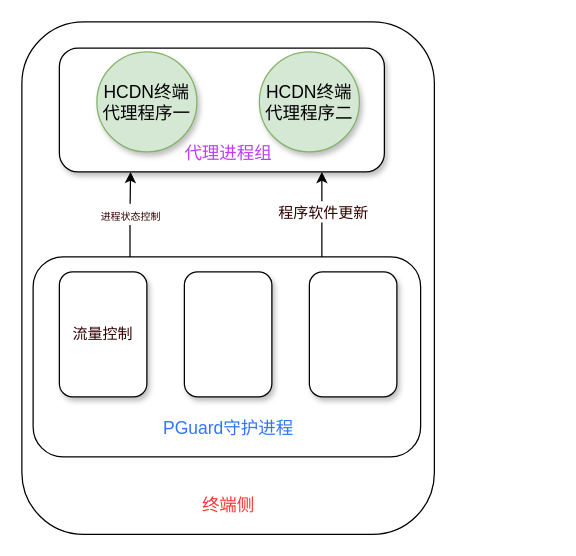
Before: 未命名绘图.drawio in zcchange/Sample, a draw.io diagram. Source tidied: cells renumbered, new cells numbered last; positions are measured from the earlier drawing's top-left corner, leaving out a move shared by most shapes. Both pictures are drawn from the tidied source at 125%, with x=0, y=0 at pixel (21, 21).
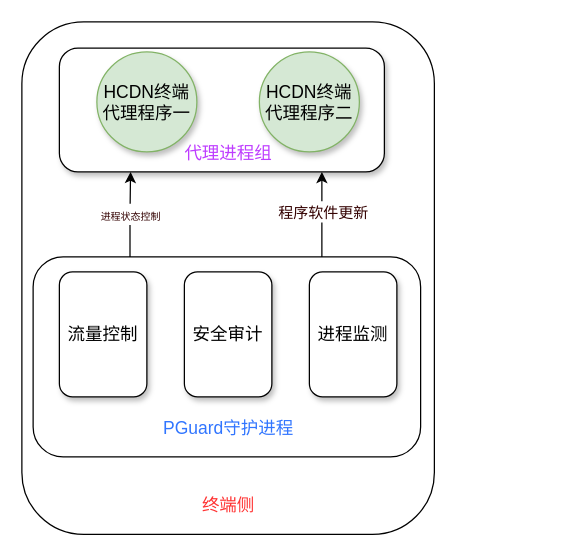
The same page after the edit.

Commit message (it also covers changes not shown here):
更新未命名绘图.drawio

What changed in the source:
```diff
@@
 <mxGraphModel>
   <root>
     <mxCell id="0" />
     <mxCell id="1" parent="0" />
     <mxCell id="2" style="rounded=1;whiteSpace=wrap;html=1;" parent="1" vertex="1">
       <mxGeometry width="330" height="410" as="geometry" />
     </mxCell>
     <mxCell id="3" value="&lt;font style=&quot;font-size: 8px;&quot; color=&quot;#330000&quot;&gt;进程状态控制&lt;/font&gt;" style="edgeStyle=orthogonalEdgeStyle;rounded=0;jettySize=auto;html=1;exitX=0.25;exitY=0;exitDx=0;exitDy=0;entryX=0.219;entryY=1;entryDx=0;entryDy=0;entryPerimeter=0;fontSize=14;fontColor=#BE3DFF;" parent="1" edge="1" source="4" target="8">
       <mxGeometry relative="1" as="geometry" />
     </mxCell>
     <mxCell id="4" style="rounded=1;whiteSpace=wrap;html=1;" parent="1" vertex="1">
       <mxGeometry x="9" y="188" width="310" height="160" as="geometry" />
     </mxCell>
     <mxCell id="5" value="&lt;font color=&quot;#ff3333&quot; style=&quot;font-size: 14px;&quot;&gt;终端侧&lt;/font&gt;" style="rounded=1;whiteSpace=wrap;html=1;rotation=0;shadow=1;opacity=0;align=center;direction=south;" parent="1" vertex="1">
       <mxGeometry x="85.6" y="372" width="158.8" height="30" as="geometry" />
     </mxCell>
     <mxCell id="6" value="&lt;font color=&quot;#3075ff&quot;&gt;&lt;span style=&quot;font-size: 14px;&quot;&gt;PGuard守护进程&lt;/span&gt;&lt;/font&gt;" style="rounded=1;whiteSpace=wrap;html=1;rotation=0;shadow=1;opacity=0;align=center;direction=south;" parent="1" vertex="1">
       <mxGeometry x="85.6" y="310" width="158.8" height="30" as="geometry" />
     </mxCell>
     <mxCell id="7" style="ellipse;whiteSpace=wrap;html=1;shadow=1;fontSize=14;fontColor=#3075FF;opacity=0;" parent="1" vertex="1">
       <mxGeometry x="340" y="210" width="80" height="80" as="geometry" />
     </mxCell>
     <mxCell id="8" style="rounded=1;whiteSpace=wrap;html=1;shadow=1;fontSize=14;fontColor=#3075FF;" parent="1" vertex="1">
       <mxGeometry x="30" y="21" width="260" height="99" as="geometry" />
     </mxCell>
     <mxCell id="9" value="HCDN终端代理程序一" style="ellipse;whiteSpace=wrap;html=1;shadow=1;fontSize=14;fillColor=#d5e8d4;strokeColor=#82b366;" parent="1" vertex="1">
       <mxGeometry x="60" y="24" width="80" height="80" as="geometry" />
     </mxCell>
     <mxCell id="10" value="HCDN终端代理程序二" style="ellipse;whiteSpace=wrap;html=1;shadow=1;fontSize=14;fillColor=#d5e8d4;strokeColor=#82b366;" parent="1" vertex="1">
       <mxGeometry x="190" y="24" width="80" height="80" as="geometry" />
     </mxCell>
     <mxCell id="11" value="&lt;span style=&quot;font-size: 14px;&quot;&gt;&lt;font color=&quot;#be3dff&quot;&gt;代理进程组&lt;/font&gt;&lt;/span&gt;" style="rounded=1;whiteSpace=wrap;html=1;rotation=0;shadow=1;opacity=0;align=center;direction=south;" parent="1" vertex="1">
       <mxGeometry x="85.6" y="90" width="158.8" height="30" as="geometry" />
     </mxCell>
     <mxCell id="12" style="edgeStyle=orthogonalEdgeStyle;rounded=0;orthogonalLoop=1;jettySize=auto;html=1;fontSize=14;fontColor=#BE3DFF;" parent="1" edge="1">
       <mxGeometry relative="1" as="geometry">
         <mxPoint x="240" y="188" as="sourcePoint" />
         <mxPoint x="240" y="120" as="targetPoint" />
         <Array as="points">
           <mxPoint x="240" y="188" />
           <mxPoint x="240" y="120" />
         </Array>
       </mxGeometry>
     </mxCell>
     <mxCell id="13" value="&lt;font style=&quot;font-size: 12px;&quot;&gt;程序软件更新&lt;/font&gt;" style="edgeLabel;html=1;align=center;verticalAlign=middle;fontSize=14;fontColor=#330000;" parent="12" vertex="1">
       <mxGeometry x="0.09" relative="1" as="geometry" />
     </mxCell>
-    <mxCell id="14" value="流量控制" style="rounded=1;whiteSpace=wrap;html=1;shadow=1;fontSize=12;fontColor=#330000;" parent="1" vertex="1">
+    <mxCell id="14" value="&lt;font color=&quot;#000000&quot; style=&quot;font-size: 14px;&quot;&gt;流量控制&lt;/font&gt;" style="rounded=1;whiteSpace=wrap;html=1;shadow=1;fontSize=12;fontColor=#330000;" parent="1" vertex="1">
       <mxGeometry x="30" y="200" width="70" height="100" as="geometry" />
     </mxCell>
-    <mxCell id="15" style="rounded=1;whiteSpace=wrap;html=1;shadow=1;fontSize=12;fontColor=#330000;" parent="1" vertex="1">
+    <mxCell id="15" value="&lt;font color=&quot;#000000&quot; style=&quot;font-size: 14px;&quot;&gt;安全审计&lt;/font&gt;" style="rounded=1;whiteSpace=wrap;html=1;shadow=1;fontSize=12;fontColor=#330000;" parent="1" vertex="1">
       <mxGeometry x="130" y="200" width="70" height="100" as="geometry" />
     </mxCell>
-    <mxCell id="16" style="rounded=1;whiteSpace=wrap;html=1;shadow=1;fontSize=12;fontColor=#330000;" parent="1" vertex="1">
+    <mxCell id="16" value="&lt;font color=&quot;#000000&quot; style=&quot;font-size: 14px;&quot;&gt;进程监测&lt;/font&gt;" style="rounded=1;whiteSpace=wrap;html=1;shadow=1;fontSize=12;fontColor=#330000;" parent="1" vertex="1">
       <mxGeometry x="230" y="200" width="70" height="100" as="geometry" />
     </mxCell>
   </root>
 </mxGraphModel>
```
